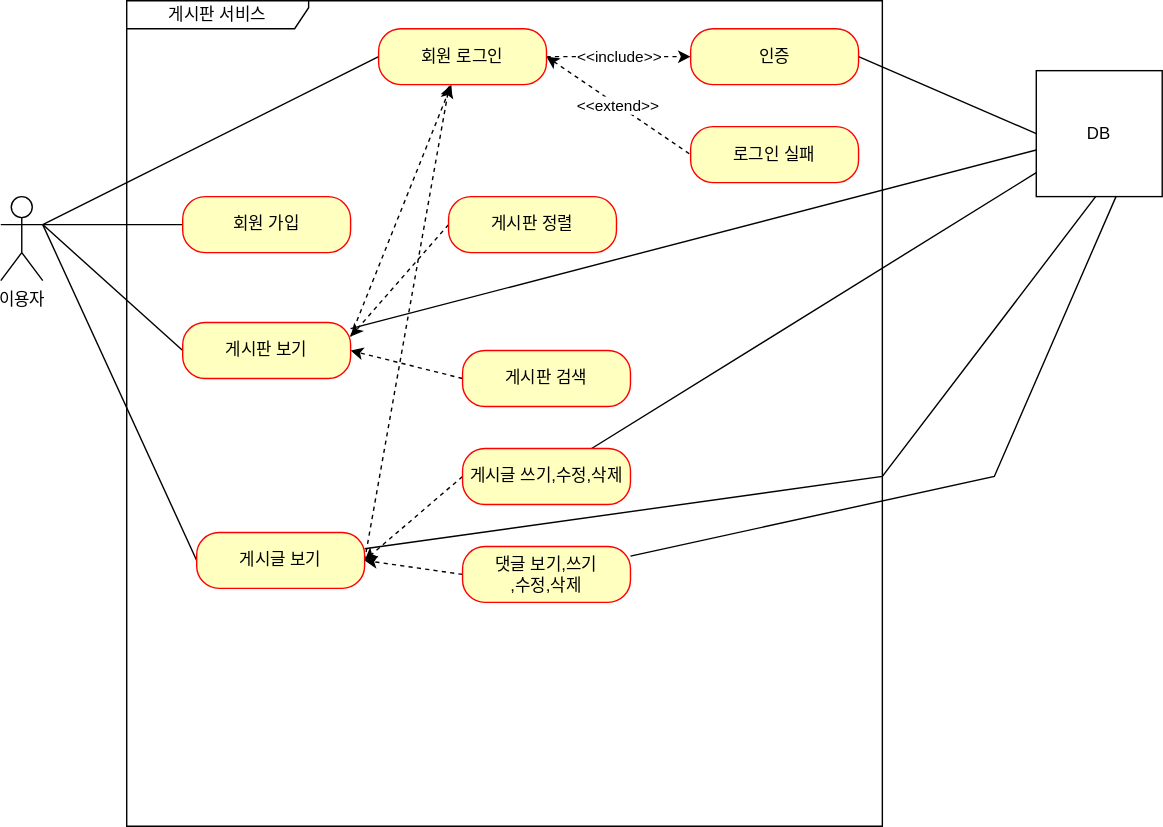
This is document/use-case.svg from hojin7769/project-board, a draw.io export, as it was before one commit. Source tidied: cells renumbered, new cells last; positions are measured from the earlier drawing's top-left corner, leaving out a move shared by most shapes.
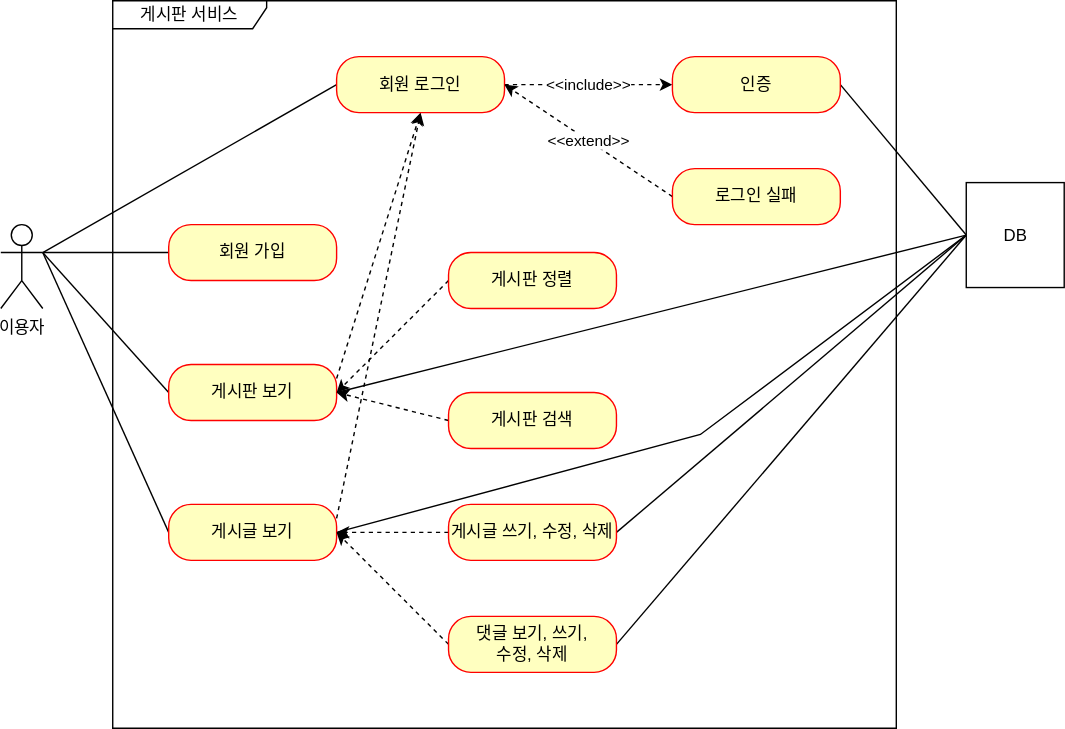
Above is the later version.

The edit, as a diff of the source:
```diff
@@ -3,102 +3,108 @@
     <mxCell id="0" />
     <mxCell id="1" parent="0" />
     <mxCell id="2" value="이용자" style="shape=umlActor;verticalLabelPosition=bottom;verticalAlign=top;html=1;" parent="1" vertex="1">
-      <mxGeometry y="140" width="30" height="60" as="geometry" />
+      <mxGeometry x="-40" y="260" width="30" height="60" as="geometry" />
     </mxCell>
-    <mxCell id="3" value="게시판 서비스" style="shape=umlFrame;whiteSpace=wrap;html=1;width=130;height=20;" parent="1" vertex="1">
-      <mxGeometry x="90" width="540" height="590" as="geometry" />
+    <mxCell id="3" value="게시판 서비스" style="shape=umlFrame;whiteSpace=wrap;html=1;width=110;height=20;" parent="1" vertex="1">
+      <mxGeometry x="40" y="100" width="560" height="520" as="geometry" />
     </mxCell>
-    <mxCell id="4" style="rounded=0;jettySize=auto;html=1;entryX=1;entryY=0.3333333333333333;entryDx=0;entryDy=0;entryPerimeter=0;endArrow=none;endFill=0;" parent="1" edge="1" source="5" target="2">
+    <mxCell id="4" style="rounded=0;jettySize=auto;html=1;exitX=0;exitY=0.5;exitDx=0;exitDy=0;entryX=1;entryY=0.3333333333333333;entryDx=0;entryDy=0;entryPerimeter=0;endArrow=none;endFill=0;" parent="1" edge="1" source="5" target="2">
       <mxGeometry relative="1" as="geometry" />
     </mxCell>
     <mxCell id="5" value="회원 가입" style="rounded=1;whiteSpace=wrap;html=1;arcSize=40;fontColor=#000000;fillColor=#ffffc0;strokeColor=#ff0000;" parent="1" vertex="1">
-      <mxGeometry x="130" y="140" width="120" height="40" as="geometry" />
+      <mxGeometry x="80" y="260" width="120" height="40" as="geometry" />
     </mxCell>
-    <mxCell id="6" style="rounded=0;jettySize=auto;html=1;entryX=1;entryY=0.3333333333333333;entryDx=0;entryDy=0;entryPerimeter=0;endArrow=none;endFill=0;exitX=0;exitY=0.5;exitDx=0;exitDy=0;" parent="1" edge="1" source="9" target="2">
+    <mxCell id="6" style="edgeStyle=none;rounded=0;jettySize=auto;html=1;exitX=0;exitY=0.5;exitDx=0;exitDy=0;entryX=1;entryY=0.3333333333333333;entryDx=0;entryDy=0;entryPerimeter=0;endArrow=none;endFill=0;" parent="1" edge="1" source="9" target="2">
       <mxGeometry relative="1" as="geometry" />
     </mxCell>
-    <mxCell id="7" style="rounded=0;jettySize=auto;html=1;exitX=1;exitY=0.25;exitDx=0;exitDy=0;dashed=1;" parent="1" edge="1" source="9" target="17">
+    <mxCell id="7" style="edgeStyle=none;rounded=0;jettySize=auto;html=1;exitX=1;exitY=0.25;exitDx=0;exitDy=0;entryX=0.5;entryY=1;entryDx=0;entryDy=0;dashed=1;endArrow=classic;endFill=1;" parent="1" edge="1" source="9" target="17">
       <mxGeometry relative="1" as="geometry" />
     </mxCell>
-    <mxCell id="8" style="rounded=0;jettySize=auto;html=1;endArrow=none;endFill=0;" parent="1" edge="1" source="9" target="31">
+    <mxCell id="8" style="edgeStyle=none;rounded=0;jettySize=auto;html=1;exitX=1;exitY=0.5;exitDx=0;exitDy=0;entryX=0;entryY=0.5;entryDx=0;entryDy=0;endArrow=none;endFill=0;" parent="1" edge="1" source="9" target="31">
       <mxGeometry relative="1" as="geometry" />
     </mxCell>
     <mxCell id="9" value="게시판 보기" style="rounded=1;whiteSpace=wrap;html=1;arcSize=40;fontColor=#000000;fillColor=#ffffc0;strokeColor=#ff0000;" parent="1" vertex="1">
-      <mxGeometry x="130" y="230" width="120" height="40" as="geometry" />
+      <mxGeometry x="80" y="360" width="120" height="40" as="geometry" />
     </mxCell>
-    <mxCell id="10" style="rounded=0;jettySize=auto;html=1;entryX=1;entryY=0.3333333333333333;entryDx=0;entryDy=0;entryPerimeter=0;endArrow=none;endFill=0;exitX=0;exitY=0.5;exitDx=0;exitDy=0;" parent="1" edge="1" source="13" target="2">
-      <mxGeometry relative="1" as="geometry" />
-    </mxCell>
-    <mxCell id="11" style="rounded=0;jettySize=auto;html=1;entryX=0.421;entryY=1.014;entryDx=0;entryDy=0;entryPerimeter=0;dashed=1;exitX=1;exitY=0.5;exitDx=0;exitDy=0;" parent="1" edge="1" source="13" target="17">
-      <mxGeometry relative="1" as="geometry" />
-    </mxCell>
+    <mxCell id="32" style="edgeStyle=none;rounded=0;jettySize=auto;html=1;exitX=0;exitY=0.5;exitDx=0;exitDy=0;endArrow=none;endFill=0;" parent="1" edge="1" source="13">
+      <mxGeometry relative="1" as="geometry">
+        <mxPoint x="-10" y="280" as="targetPoint" />
+      </mxGeometry>
+    </mxCell>
+    <mxCell id="33" style="edgeStyle=none;rounded=0;jettySize=auto;html=1;exitX=1;exitY=0.25;exitDx=0;exitDy=0;dashed=1;endArrow=classic;endFill=1;" parent="1" edge="1" source="13">
+      <mxGeometry relative="1" as="geometry">
+        <mxPoint x="260" y="180" as="targetPoint" />
+      </mxGeometry>
+    </mxCell>
-    <mxCell id="12" style="rounded=0;jettySize=auto;html=1;entryX=0.556;entryY=0.889;entryDx=0;entryDy=0;entryPerimeter=0;endArrow=none;endFill=0;" parent="1" edge="1" source="13" target="31">
+    <mxCell id="12" style="edgeStyle=none;rounded=0;jettySize=auto;html=1;exitX=1;exitY=0.5;exitDx=0;exitDy=0;entryX=0;entryY=0.5;entryDx=0;entryDy=0;endArrow=none;endFill=0;" parent="1" edge="1" source="13" target="31">
       <mxGeometry relative="1" as="geometry">
         <Array as="points">
-          <mxPoint x="630" y="340" />
+          <mxPoint x="460" y="410" />
         </Array>
       </mxGeometry>
     </mxCell>
     <mxCell id="13" value="게시글 보기" style="rounded=1;whiteSpace=wrap;html=1;arcSize=40;fontColor=#000000;fillColor=#ffffc0;strokeColor=#ff0000;" parent="1" vertex="1">
-      <mxGeometry x="140" y="380" width="120" height="40" as="geometry" />
+      <mxGeometry x="80" y="460" width="120" height="40" as="geometry" />
     </mxCell>
-    <mxCell id="14" style="rounded=0;jettySize=auto;html=1;endArrow=none;endFill=0;exitX=0;exitY=0.5;exitDx=0;exitDy=0;entryX=1;entryY=0.3333333333333333;entryDx=0;entryDy=0;entryPerimeter=0;" parent="1" edge="1" source="17" target="2">
-      <mxGeometry relative="1" as="geometry" />
-    </mxCell>
+    <mxCell id="34" style="edgeStyle=none;rounded=0;jettySize=auto;html=1;exitX=0;exitY=0.5;exitDx=0;exitDy=0;endArrow=none;endFill=0;" parent="1" edge="1" source="17">
+      <mxGeometry relative="1" as="geometry">
+        <mxPoint x="-10" y="280" as="targetPoint" />
+      </mxGeometry>
+    </mxCell>
-    <mxCell id="15" value="&amp;lt;&amp;lt;include&amp;gt;&amp;gt;" style="rounded=0;jettySize=auto;html=1;endArrow=classic;endFill=1;dashed=1;" parent="1" edge="1" source="17" target="19">
+    <mxCell id="15" value="&amp;lt;&amp;lt;include&amp;gt;&amp;gt;" style="edgeStyle=none;rounded=0;jettySize=auto;html=1;exitX=1;exitY=0.5;exitDx=0;exitDy=0;entryX=0;entryY=0.5;entryDx=0;entryDy=0;endArrow=classic;endFill=1;dashed=1;" parent="1" edge="1" source="17" target="19">
       <mxGeometry relative="1" as="geometry" />
     </mxCell>
-    <mxCell id="16" value="&amp;lt;&amp;lt;extend&amp;gt;&amp;gt;" style="rounded=0;jettySize=auto;html=1;endArrow=none;endFill=0;entryX=0;entryY=0.5;entryDx=0;entryDy=0;exitX=1;exitY=0.5;exitDx=0;exitDy=0;dashed=1;startArrow=classic;startFill=1;" parent="1" edge="1" source="17" target="20">
-      <mxGeometry relative="1" as="geometry" />
-    </mxCell>
     <mxCell id="17" value="회원 로그인" style="rounded=1;whiteSpace=wrap;html=1;arcSize=40;fontColor=#000000;fillColor=#ffffc0;strokeColor=#ff0000;" parent="1" vertex="1">
-      <mxGeometry x="270" y="20" width="120" height="40" as="geometry" />
+      <mxGeometry x="200" y="140" width="120" height="40" as="geometry" />
     </mxCell>
-    <mxCell id="18" style="rounded=0;jettySize=auto;html=1;exitX=1;exitY=0.5;exitDx=0;exitDy=0;entryX=0;entryY=0.5;entryDx=0;entryDy=0;endArrow=none;endFill=0;" parent="1" edge="1" source="19" target="31">
+    <mxCell id="18" style="edgeStyle=none;rounded=0;jettySize=auto;html=1;exitX=1;exitY=0.5;exitDx=0;exitDy=0;entryX=0;entryY=0.5;entryDx=0;entryDy=0;endArrow=none;endFill=0;" parent="1" edge="1" source="19" target="31">
       <mxGeometry relative="1" as="geometry" />
     </mxCell>
     <mxCell id="19" value="인증" style="rounded=1;whiteSpace=wrap;html=1;arcSize=40;fontColor=#000000;fillColor=#ffffc0;strokeColor=#ff0000;" parent="1" vertex="1">
-      <mxGeometry x="493" y="20" width="120" height="40" as="geometry" />
+      <mxGeometry x="440" y="140" width="120" height="40" as="geometry" />
     </mxCell>
+    <mxCell id="16" value="&amp;lt;&amp;lt;extend&amp;gt;&amp;gt;" style="edgeStyle=none;rounded=0;jettySize=auto;html=1;exitX=0;exitY=0.5;exitDx=0;exitDy=0;entryX=1;entryY=0.5;entryDx=0;entryDy=0;endArrow=classic;endFill=1;dashed=1;" parent="1" edge="1" source="20" target="17">
+      <mxGeometry relative="1" as="geometry" />
+    </mxCell>
     <mxCell id="20" value="로그인 실패" style="rounded=1;whiteSpace=wrap;html=1;arcSize=40;fontColor=#000000;fillColor=#ffffc0;strokeColor=#ff0000;" parent="1" vertex="1">
-      <mxGeometry x="493" y="90" width="120" height="40" as="geometry" />
+      <mxGeometry x="440" y="220" width="120" height="40" as="geometry" />
     </mxCell>
-    <mxCell id="21" style="rounded=0;jettySize=auto;html=1;entryX=1;entryY=0.25;entryDx=0;entryDy=0;strokeColor=default;dashed=1;exitX=0;exitY=0.5;exitDx=0;exitDy=0;" parent="1" edge="1" source="22" target="9">
+    <mxCell id="21" style="edgeStyle=none;rounded=0;jettySize=auto;html=1;exitX=0;exitY=0.5;exitDx=0;exitDy=0;entryX=1;entryY=0.5;entryDx=0;entryDy=0;dashed=1;endArrow=classic;endFill=1;" parent="1" edge="1" source="22" target="9">
       <mxGeometry relative="1" as="geometry" />
     </mxCell>
     <mxCell id="22" value="게시판 정렬" style="rounded=1;whiteSpace=wrap;html=1;arcSize=40;fontColor=#000000;fillColor=#ffffc0;strokeColor=#ff0000;" parent="1" vertex="1">
-      <mxGeometry x="320" y="140" width="120" height="40" as="geometry" />
+      <mxGeometry x="280" y="280" width="120" height="40" as="geometry" />
     </mxCell>
-    <mxCell id="23" style="rounded=0;jettySize=auto;html=1;entryX=1;entryY=0.5;entryDx=0;entryDy=0;dashed=1;exitX=0;exitY=0.5;exitDx=0;exitDy=0;" parent="1" edge="1" source="24" target="9">
-      <mxGeometry relative="1" as="geometry" />
-    </mxCell>
+    <mxCell id="35" style="edgeStyle=none;rounded=0;jettySize=auto;html=1;exitX=0;exitY=0.5;exitDx=0;exitDy=0;dashed=1;endArrow=classic;endFill=1;" parent="1" edge="1" source="24">
+      <mxGeometry relative="1" as="geometry">
+        <mxPoint x="200" y="380" as="targetPoint" />
+      </mxGeometry>
+    </mxCell>
     <mxCell id="24" value="게시판 검색" style="rounded=1;whiteSpace=wrap;html=1;arcSize=40;fontColor=#000000;fillColor=#ffffc0;strokeColor=#ff0000;" parent="1" vertex="1">
-      <mxGeometry x="330" y="250" width="120" height="40" as="geometry" />
+      <mxGeometry x="280" y="380" width="120" height="40" as="geometry" />
     </mxCell>
-    <mxCell id="25" style="rounded=0;jettySize=auto;html=1;entryX=1;entryY=0.5;entryDx=0;entryDy=0;dashed=1;exitX=0;exitY=0.5;exitDx=0;exitDy=0;" parent="1" edge="1" source="27" target="13">
-      <mxGeometry relative="1" as="geometry" />
-    </mxCell>
-    <mxCell id="26" style="rounded=0;jettySize=auto;html=1;endArrow=none;endFill=0;" parent="1" edge="1" source="27" target="31">
-      <mxGeometry relative="1" as="geometry" />
-    </mxCell>
-    <mxCell id="27" value="게시글 쓰기,수정,삭제" style="rounded=1;whiteSpace=wrap;html=1;arcSize=40;fontColor=#000000;fillColor=#ffffc0;strokeColor=#ff0000;" parent="1" vertex="1">
-      <mxGeometry x="330" y="320" width="120" height="40" as="geometry" />
-    </mxCell>
-    <mxCell id="28" style="rounded=0;jettySize=auto;html=1;entryX=1;entryY=0.5;entryDx=0;entryDy=0;dashed=1;exitX=0;exitY=0.5;exitDx=0;exitDy=0;" parent="1" edge="1" source="30" target="13">
-      <mxGeometry relative="1" as="geometry" />
-    </mxCell>
-    <mxCell id="29" style="rounded=0;jettySize=auto;html=1;entryX=0.633;entryY=1;entryDx=0;entryDy=0;entryPerimeter=0;endArrow=none;endFill=0;" parent="1" edge="1" source="30" target="31">
-      <mxGeometry relative="1" as="geometry">
-        <Array as="points">
-          <mxPoint x="710" y="340" />
-        </Array>
-      </mxGeometry>
-    </mxCell>
-    <mxCell id="30" value="댓글 보기,쓰기&lt;br&gt;,수정,삭제" style="rounded=1;whiteSpace=wrap;html=1;arcSize=40;fontColor=#000000;fillColor=#ffffc0;strokeColor=#ff0000;" parent="1" vertex="1">
-      <mxGeometry x="330" y="390" width="120" height="40" as="geometry" />
-    </mxCell>
+    <mxCell id="36" style="edgeStyle=none;rounded=0;jettySize=auto;html=1;exitX=0;exitY=0.5;exitDx=0;exitDy=0;entryX=1;entryY=0.5;entryDx=0;entryDy=0;dashed=1;endArrow=classic;endFill=1;" parent="1" edge="1" source="38" target="13">
+      <mxGeometry relative="1" as="geometry" />
+    </mxCell>
+    <mxCell id="37" style="edgeStyle=none;rounded=0;jettySize=auto;html=1;exitX=1;exitY=0.5;exitDx=0;exitDy=0;entryX=0;entryY=0.5;entryDx=0;entryDy=0;endArrow=none;endFill=0;" parent="1" edge="1" source="38" target="31">
+      <mxGeometry relative="1" as="geometry" />
+    </mxCell>
+    <mxCell id="38" value="게시글 쓰기, 수정, 삭제" style="rounded=1;whiteSpace=wrap;html=1;arcSize=40;fontColor=#000000;fillColor=#ffffc0;strokeColor=#ff0000;" parent="1" vertex="1">
+      <mxGeometry x="280" y="460" width="120" height="40" as="geometry" />
+    </mxCell>
+    <mxCell id="39" style="edgeStyle=none;rounded=0;jettySize=auto;html=1;exitX=0;exitY=0.5;exitDx=0;exitDy=0;dashed=1;endArrow=classic;endFill=1;" parent="1" edge="1" source="41">
+      <mxGeometry relative="1" as="geometry">
+        <mxPoint x="200" y="480" as="targetPoint" />
+      </mxGeometry>
+    </mxCell>
+    <mxCell id="40" style="edgeStyle=none;rounded=0;jettySize=auto;html=1;exitX=1;exitY=0.5;exitDx=0;exitDy=0;endArrow=none;endFill=0;entryX=0;entryY=0.5;entryDx=0;entryDy=0;" parent="1" edge="1" source="41" target="31">
+      <mxGeometry relative="1" as="geometry" />
+    </mxCell>
+    <mxCell id="41" value="댓글 보기, 쓰기,&lt;br&gt;수정, 삭제" style="rounded=1;whiteSpace=wrap;html=1;arcSize=40;fontColor=#000000;fillColor=#ffffc0;strokeColor=#ff0000;" parent="1" vertex="1">
+      <mxGeometry x="280" y="540" width="120" height="40" as="geometry" />
+    </mxCell>
-    <mxCell id="31" value="DB" style="html=1;whiteSpace=wrap;" parent="1" vertex="1">
-      <mxGeometry x="740" y="50" width="90" height="90" as="geometry" />
+    <mxCell id="31" value="DB" style="html=1;" parent="1" vertex="1">
+      <mxGeometry x="650" y="230" width="70" height="75" as="geometry" />
     </mxCell>
   </root>
 </mxGraphModel>
```
